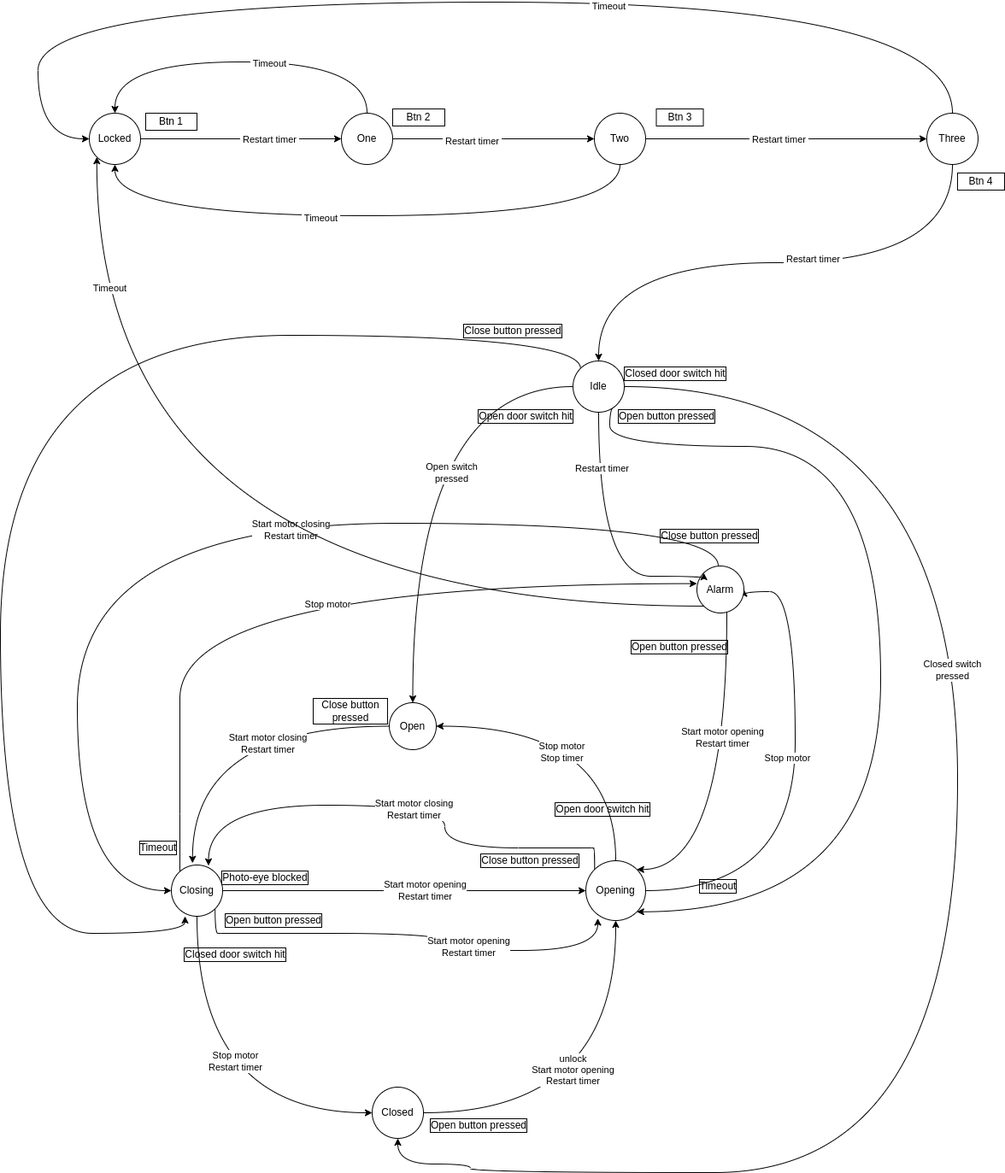
Before: AtmelStudio/Drafts/StateMachineGarageDoor/StateMachineGarageDoor/garageDoorStatemachine.drawio.png, a diagram exported from draw.io (xb0be/avr-programming). Source tidied: cells renumbered, new cells last; positions are measured from the earlier drawing's top-left corner, leaving out a move shared by most shapes.
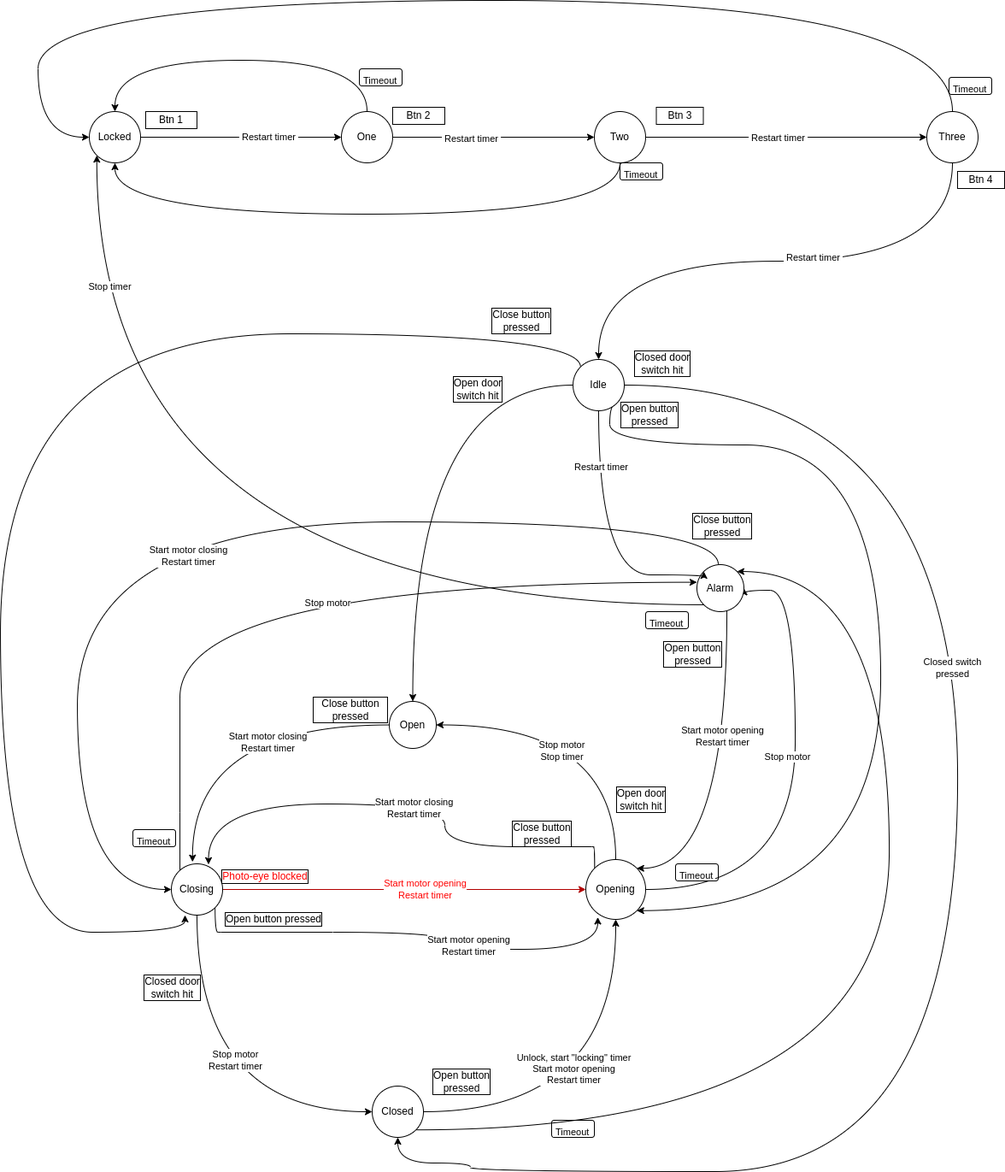
Later version of the same file.

Commit message:
Updated/fixed transitions. Formatting.

The edit, as a diff of the source:
```diff
@@ -34,10 +34,10 @@
         <mxPoint x="-45" y="-20" as="offset" />
       </mxGeometry>
     </mxCell>
-    <mxCell id="9" style="edgeStyle=orthogonalEdgeStyle;curved=1;rounded=0;jettySize=auto;html=1;entryX=0;entryY=0.5;entryDx=0;entryDy=0;" parent="1" edge="1" source="13" target="23">
+    <mxCell id="9" style="edgeStyle=orthogonalEdgeStyle;curved=1;rounded=0;jettySize=auto;html=1;entryX=0;entryY=0.5;entryDx=0;entryDy=0;fillColor=#e51400;strokeColor=#B20000;" parent="1" edge="1" source="13" target="23">
       <mxGeometry relative="1" as="geometry" />
     </mxCell>
-    <mxCell id="10" value="Start motor opening&lt;br&gt;Restart timer" style="edgeLabel;html=1;align=center;verticalAlign=middle;" parent="9" vertex="1">
+    <mxCell id="10" value="&lt;font color=&quot;#ff0000&quot;&gt;Start motor opening&lt;br&gt;Restart timer&lt;/font&gt;" style="edgeLabel;html=1;align=center;verticalAlign=middle;" parent="9" vertex="1">
       <mxGeometry x="-0.05" width="90" height="40" relative="1" as="geometry">
         <mxPoint x="-10" y="-20" as="offset" />
       </mxGeometry>
@@ -63,11 +63,19 @@
     <mxCell id="14" style="edgeStyle=orthogonalEdgeStyle;rounded=0;jettySize=auto;html=1;entryX=0.5;entryY=1;entryDx=0;entryDy=0;curved=1;" parent="1" edge="1" source="16" target="23">
       <mxGeometry relative="1" as="geometry" />
     </mxCell>
-    <mxCell id="15" value="unlock&lt;br&gt;Start motor opening&lt;br&gt;Restart timer" style="edgeLabel;html=1;align=center;verticalAlign=middle;" parent="14" vertex="1">
+    <mxCell id="15" value="Unlock, start &quot;locking&quot; timer&lt;br&gt;Start motor opening&lt;br&gt;Restart timer" style="edgeLabel;html=1;align=center;verticalAlign=middle;" parent="14" vertex="1">
       <mxGeometry x="-0.17" y="8" width="80" height="40" relative="1" as="geometry">
         <mxPoint x="-52" y="-62" as="offset" />
       </mxGeometry>
     </mxCell>
+    <mxCell id="78" style="edgeStyle=orthogonalEdgeStyle;rounded=0;jettySize=auto;html=1;exitX=1;exitY=1;exitDx=0;exitDy=0;entryX=1;entryY=0;entryDx=0;entryDy=0;fontColor=#FF0000;curved=1;" parent="1" edge="1" source="16" target="30">
+      <mxGeometry relative="1" as="geometry">
+        <Array as="points">
+          <mxPoint x="1040" y="1321" />
+          <mxPoint x="1040" y="668" />
+        </Array>
+      </mxGeometry>
+    </mxCell>
     <mxCell id="16" value="Closed" style="ellipse;whiteSpace=wrap;html=1;" parent="1" vertex="1">
       <mxGeometry x="435" y="1270" width="60" height="60" as="geometry" />
     </mxCell>
@@ -121,7 +129,7 @@
     </mxCell>
     <mxCell id="25" value="Start motor closing&lt;br&gt;Restart timer" style="edgeLabel;html=1;align=center;verticalAlign=middle;" parent="24" vertex="1">
       <mxGeometry x="-0.18" y="8" width="80" height="40" relative="1" as="geometry">
-        <mxPoint x="-40" y="-20" as="offset" />
+        <mxPoint x="-160" y="12" as="offset" />
       </mxGeometry>
     </mxCell>
     <mxCell id="26" style="edgeStyle=orthogonalEdgeStyle;rounded=0;jettySize=auto;html=1;entryX=1;entryY=0;entryDx=0;entryDy=0;curved=1;" parent="1" edge="1" source="30" target="23">
@@ -139,51 +147,45 @@
     <mxCell id="28" style="edgeStyle=orthogonalEdgeStyle;curved=1;rounded=0;jettySize=auto;html=1;exitX=0;exitY=1;exitDx=0;exitDy=0;entryX=0;entryY=1;entryDx=0;entryDy=0;" parent="1" edge="1" source="30" target="45">
       <mxGeometry relative="1" as="geometry" />
     </mxCell>
-    <mxCell id="29" value="Timeout" style="edgeLabel;html=1;align=center;verticalAlign=middle;" parent="28" vertex="1">
+    <mxCell id="29" value="Stop timer" style="edgeLabel;html=1;align=center;verticalAlign=middle;" parent="28" vertex="1">
       <mxGeometry x="0.75" y="-15" relative="1" as="geometry" />
     </mxCell>
     <mxCell id="30" value="Alarm" style="ellipse;whiteSpace=wrap;html=1;" parent="1" vertex="1">
       <mxGeometry x="815" y="660" width="55" height="55" as="geometry" />
     </mxCell>
-    <mxCell id="31" value="Open button pressed" style="text;html=1;strokeColor=none;fillColor=none;align=center;verticalAlign=middle;whiteSpace=wrap;rounded=0;labelBorderColor=default;" parent="1" vertex="1">
-      <mxGeometry x="490" y="1300" width="140" height="30" as="geometry" />
+    <mxCell id="31" value="Open button&lt;br&gt;pressed" style="text;html=1;strokeColor=none;fillColor=none;align=center;verticalAlign=middle;whiteSpace=wrap;rounded=0;labelBorderColor=default;" parent="1" vertex="1">
+      <mxGeometry x="490" y="1250" width="100" height="30" as="geometry" />
     </mxCell>
     <mxCell id="32" value="Close button pressed" style="text;html=1;strokeColor=none;fillColor=none;align=center;verticalAlign=middle;whiteSpace=wrap;rounded=0;labelBorderColor=default;" parent="1" vertex="1">
       <mxGeometry x="365" y="810" width="90" height="40" as="geometry" />
     </mxCell>
-    <mxCell id="33" value="Open door switch hit" style="text;html=1;strokeColor=none;fillColor=none;align=center;verticalAlign=middle;whiteSpace=wrap;rounded=0;labelBorderColor=default;" parent="1" vertex="1">
-      <mxGeometry x="640" y="930" width="130" height="30" as="geometry" />
+    <mxCell id="33" value="Open door&lt;br&gt;switch hit" style="text;html=1;strokeColor=none;fillColor=none;align=center;verticalAlign=middle;whiteSpace=wrap;rounded=0;labelBorderColor=default;" parent="1" vertex="1">
+      <mxGeometry x="715" y="920" width="70" height="30" as="geometry" />
     </mxCell>
-    <mxCell id="34" value="Closed door switch hit" style="text;html=1;strokeColor=none;fillColor=none;align=center;verticalAlign=middle;whiteSpace=wrap;rounded=0;labelBorderColor=default;" parent="1" vertex="1">
-      <mxGeometry x="205" y="1100" width="140" height="30" as="geometry" />
+    <mxCell id="34" value="Closed door&lt;br&gt;switch hit" style="text;html=1;strokeColor=none;fillColor=none;align=center;verticalAlign=middle;whiteSpace=wrap;rounded=0;labelBorderColor=default;" parent="1" vertex="1">
+      <mxGeometry x="164" y="1140" width="75" height="30" as="geometry" />
     </mxCell>
-    <mxCell id="35" value="Photo-eye blocked" style="text;html=1;strokeColor=none;fillColor=none;align=center;verticalAlign=middle;whiteSpace=wrap;rounded=0;labelBorderColor=default;" parent="1" vertex="1">
+    <mxCell id="35" value="&lt;font color=&quot;#ff0000&quot;&gt;Photo-eye blocked&lt;/font&gt;" style="text;html=1;strokeColor=none;fillColor=none;align=center;verticalAlign=middle;whiteSpace=wrap;rounded=0;labelBorderColor=default;" parent="1" vertex="1">
       <mxGeometry x="250" y="1010" width="120" height="30" as="geometry" />
     </mxCell>
-    <mxCell id="36" value="Timeout" style="text;html=1;strokeColor=none;fillColor=none;align=center;verticalAlign=middle;whiteSpace=wrap;rounded=0;labelBorderColor=default;" parent="1" vertex="1">
-      <mxGeometry x="150" y="975" width="70" height="30" as="geometry" />
-    </mxCell>
     <mxCell id="37" style="edgeStyle=orthogonalEdgeStyle;curved=1;rounded=0;orthogonalLoop=1;jettySize=auto;html=1;exitX=0.5;exitY=1;exitDx=0;exitDy=0;" parent="1" edge="1">
       <mxGeometry relative="1" as="geometry">
         <mxPoint x="777.5" y="1130" as="sourcePoint" />
         <mxPoint x="777.5" y="1130" as="targetPoint" />
       </mxGeometry>
     </mxCell>
-    <mxCell id="38" value="Close button pressed" style="text;html=1;strokeColor=none;fillColor=none;align=center;verticalAlign=middle;whiteSpace=wrap;rounded=0;labelBorderColor=default;" parent="1" vertex="1">
-      <mxGeometry x="760" y="610" width="140" height="30" as="geometry" />
+    <mxCell id="38" value="Close button&lt;br&gt;pressed" style="text;html=1;strokeColor=none;fillColor=none;align=center;verticalAlign=middle;whiteSpace=wrap;rounded=0;labelBorderColor=default;" parent="1" vertex="1">
+      <mxGeometry x="805" y="600" width="80" height="30" as="geometry" />
     </mxCell>
-    <mxCell id="39" value="Open button pressed" style="text;html=1;strokeColor=none;fillColor=none;align=center;verticalAlign=middle;whiteSpace=wrap;rounded=0;labelBorderColor=default;" parent="1" vertex="1">
-      <mxGeometry x="725" y="740" width="140" height="30" as="geometry" />
+    <mxCell id="39" value="Open button&lt;br&gt;pressed" style="text;html=1;strokeColor=none;fillColor=none;align=center;verticalAlign=middle;whiteSpace=wrap;rounded=0;labelBorderColor=default;" parent="1" vertex="1">
+      <mxGeometry x="767.5" y="750" width="85" height="30" as="geometry" />
     </mxCell>
-    <mxCell id="40" value="Close button pressed" style="text;html=1;strokeColor=none;fillColor=none;align=center;verticalAlign=middle;whiteSpace=wrap;rounded=0;labelBorderColor=default;" parent="1" vertex="1">
-      <mxGeometry x="550" y="990" width="140" height="30" as="geometry" />
+    <mxCell id="40" value="Close button&lt;br&gt;pressed" style="text;html=1;strokeColor=none;fillColor=none;align=center;verticalAlign=middle;whiteSpace=wrap;rounded=0;labelBorderColor=default;" parent="1" vertex="1">
+      <mxGeometry x="594" y="960" width="80" height="30" as="geometry" />
     </mxCell>
     <mxCell id="41" value="Open button pressed" style="text;html=1;strokeColor=none;fillColor=none;align=center;verticalAlign=middle;whiteSpace=wrap;rounded=0;labelBorderColor=default;" parent="1" vertex="1">
       <mxGeometry x="250" y="1060" width="140" height="30" as="geometry" />
     </mxCell>
-    <mxCell id="42" value="Timeout" style="text;html=1;strokeColor=none;fillColor=none;align=center;verticalAlign=middle;whiteSpace=wrap;rounded=0;labelBorderColor=default;" parent="1" vertex="1">
-      <mxGeometry x="805" y="1020" width="70" height="30" as="geometry" />
-    </mxCell>
     <mxCell id="43" style="edgeStyle=orthogonalEdgeStyle;rounded=0;jettySize=auto;html=1;entryX=0;entryY=0.5;entryDx=0;entryDy=0;" parent="1" edge="1" source="45" target="50">
       <mxGeometry relative="1" as="geometry" />
     </mxCell>
@@ -209,9 +211,6 @@
         </Array>
       </mxGeometry>
     </mxCell>
-    <mxCell id="49" value="&amp;nbsp;Timeout&amp;nbsp;" style="edgeLabel;html=1;align=center;verticalAlign=middle;" parent="48" vertex="1">
-      <mxGeometry x="-0.16" y="1" relative="1" as="geometry" />
-    </mxCell>
     <mxCell id="50" value="One" style="ellipse;whiteSpace=wrap;html=1;" parent="1" vertex="1">
       <mxGeometry x="399" y="130" width="60" height="60" as="geometry" />
     </mxCell>
@@ -226,9 +225,6 @@
         </Array>
       </mxGeometry>
     </mxCell>
-    <mxCell id="53" value="&amp;nbsp;Timeout&amp;nbsp;" style="edgeLabel;html=1;align=center;verticalAlign=middle;" parent="52" vertex="1">
-      <mxGeometry x="0.16" y="2" relative="1" as="geometry" />
-    </mxCell>
     <mxCell id="54" value="Two" style="ellipse;whiteSpace=wrap;html=1;" parent="1" vertex="1">
       <mxGeometry x="695" y="130" width="60" height="60" as="geometry" />
     </mxCell>
@@ -242,9 +238,6 @@
         </Array>
       </mxGeometry>
     </mxCell>
-    <mxCell id="56" value="&amp;nbsp;Timeout&amp;nbsp;" style="edgeLabel;html=1;align=center;verticalAlign=middle;" parent="55" vertex="1">
-      <mxGeometry x="-0.25" y="4" relative="1" as="geometry" />
-    </mxCell>
     <mxCell id="57" style="edgeStyle=orthogonalEdgeStyle;curved=1;rounded=0;jettySize=auto;html=1;entryX=0.5;entryY=0;entryDx=0;entryDy=0;exitX=0.5;exitY=1;exitDx=0;exitDy=0;" parent="1" edge="1" source="60" target="69">
       <mxGeometry relative="1" as="geometry" />
     </mxCell>
@@ -264,9 +257,6 @@
     <mxCell id="61" style="edgeStyle=orthogonalEdgeStyle;curved=1;rounded=0;jettySize=auto;html=1;entryX=0.5;entryY=0;entryDx=0;entryDy=0;" parent="1" edge="1" source="69" target="4">
       <mxGeometry relative="1" as="geometry" />
     </mxCell>
-    <mxCell id="62" value="Open switch&lt;br&gt;pressed" style="edgeLabel;html=1;align=center;verticalAlign=middle;" parent="61" vertex="1">
-      <mxGeometry x="0.03" y="45" relative="1" as="geometry" />
-    </mxCell>
     <mxCell id="63" style="edgeStyle=orthogonalEdgeStyle;curved=1;rounded=0;jettySize=auto;html=1;entryX=0.5;entryY=1;entryDx=0;entryDy=0;" parent="1" edge="1" source="69" target="16">
       <mxGeometry relative="1" as="geometry">
         <Array as="points">
@@ -313,17 +303,17 @@
     <mxCell id="69" value="Idle" style="ellipse;whiteSpace=wrap;html=1;" parent="1" vertex="1">
       <mxGeometry x="670" y="420" width="60" height="60" as="geometry" />
     </mxCell>
-    <mxCell id="70" value="Open door switch hit" style="text;html=1;strokeColor=none;fillColor=none;align=center;verticalAlign=middle;whiteSpace=wrap;rounded=0;labelBorderColor=default;" parent="1" vertex="1">
-      <mxGeometry x="550" y="470" width="130" height="30" as="geometry" />
+    <mxCell id="70" value="Open door&lt;br&gt;switch hit" style="text;html=1;strokeColor=none;fillColor=none;align=center;verticalAlign=middle;whiteSpace=wrap;rounded=0;labelBorderColor=default;" parent="1" vertex="1">
+      <mxGeometry x="524" y="440" width="70" height="30" as="geometry" />
     </mxCell>
-    <mxCell id="71" value="Closed door switch hit" style="text;html=1;strokeColor=none;fillColor=none;align=center;verticalAlign=middle;whiteSpace=wrap;rounded=0;labelBorderColor=default;" parent="1" vertex="1">
-      <mxGeometry x="720" y="420" width="140" height="30" as="geometry" />
+    <mxCell id="71" value="Closed door&lt;br&gt;switch hit" style="text;html=1;strokeColor=none;fillColor=none;align=center;verticalAlign=middle;whiteSpace=wrap;rounded=0;labelBorderColor=default;" parent="1" vertex="1">
+      <mxGeometry x="735" y="410" width="80" height="30" as="geometry" />
     </mxCell>
-    <mxCell id="72" value="Close button pressed" style="text;html=1;strokeColor=none;fillColor=none;align=center;verticalAlign=middle;whiteSpace=wrap;rounded=0;labelBorderColor=default;" parent="1" vertex="1">
-      <mxGeometry x="530" y="370" width="140" height="30" as="geometry" />
+    <mxCell id="72" value="Close button&lt;br&gt;pressed" style="text;html=1;strokeColor=none;fillColor=none;align=center;verticalAlign=middle;whiteSpace=wrap;rounded=0;labelBorderColor=default;" parent="1" vertex="1">
+      <mxGeometry x="570" y="360" width="80" height="30" as="geometry" />
     </mxCell>
-    <mxCell id="73" value="Open button pressed" style="text;html=1;strokeColor=none;fillColor=none;align=center;verticalAlign=middle;whiteSpace=wrap;rounded=0;labelBorderColor=default;" parent="1" vertex="1">
-      <mxGeometry x="710" y="470" width="140" height="30" as="geometry" />
+    <mxCell id="73" value="Open button&lt;br&gt;pressed" style="text;html=1;strokeColor=none;fillColor=none;align=center;verticalAlign=middle;whiteSpace=wrap;rounded=0;labelBorderColor=default;" parent="1" vertex="1">
+      <mxGeometry x="720" y="470" width="80" height="30" as="geometry" />
     </mxCell>
     <mxCell id="74" value="Btn 1" style="text;html=1;strokeColor=default;fillColor=none;align=center;verticalAlign=middle;whiteSpace=wrap;rounded=0;" parent="1" vertex="1">
       <mxGeometry x="170" y="130" width="60" height="20" as="geometry" />
@@ -337,5 +327,26 @@
     <mxCell id="77" value="Btn 4" style="text;html=1;strokeColor=default;fillColor=none;align=center;verticalAlign=middle;whiteSpace=wrap;rounded=0;" parent="1" vertex="1">
       <mxGeometry x="1120" y="200" width="55" height="20" as="geometry" />
     </mxCell>
+    <mxCell id="79" value="&lt;span style=&quot;color: rgb(0, 0, 0); font-family: Helvetica; font-size: 11px; font-style: normal; font-variant-ligatures: normal; font-variant-caps: normal; font-weight: 400; letter-spacing: normal; orphans: 2; text-align: center; text-indent: 0px; text-transform: none; widows: 2; word-spacing: 0px; -webkit-text-stroke-width: 0px; background-color: rgb(255, 255, 255); text-decoration-thickness: initial; text-decoration-style: initial; text-decoration-color: initial; float: none; display: inline !important;&quot;&gt;&amp;nbsp;Timeout&amp;nbsp;&lt;/span&gt;" style="text;whiteSpace=wrap;html=1;strokeColor=default;rounded=1;" parent="1" vertex="1">
+      <mxGeometry x="725" y="190" width="50" height="20" as="geometry" />
+    </mxCell>
+    <mxCell id="80" value="&lt;span style=&quot;color: rgb(0, 0, 0); font-family: Helvetica; font-size: 11px; font-style: normal; font-variant-ligatures: normal; font-variant-caps: normal; font-weight: 400; letter-spacing: normal; orphans: 2; text-align: center; text-indent: 0px; text-transform: none; widows: 2; word-spacing: 0px; -webkit-text-stroke-width: 0px; background-color: rgb(255, 255, 255); text-decoration-thickness: initial; text-decoration-style: initial; text-decoration-color: initial; float: none; display: inline !important;&quot;&gt;&amp;nbsp;Timeout&amp;nbsp;&lt;/span&gt;" style="text;whiteSpace=wrap;html=1;strokeColor=default;rounded=1;shadow=0;sketch=0;glass=0;" parent="1" vertex="1">
+      <mxGeometry x="420" y="80" width="50" height="20" as="geometry" />
+    </mxCell>
+    <mxCell id="81" value="&lt;span style=&quot;color: rgb(0, 0, 0); font-family: Helvetica; font-size: 11px; font-style: normal; font-variant-ligatures: normal; font-variant-caps: normal; font-weight: 400; letter-spacing: normal; orphans: 2; text-align: center; text-indent: 0px; text-transform: none; widows: 2; word-spacing: 0px; -webkit-text-stroke-width: 0px; background-color: rgb(255, 255, 255); text-decoration-thickness: initial; text-decoration-style: initial; text-decoration-color: initial; float: none; display: inline !important;&quot;&gt;&amp;nbsp;Timeout&amp;nbsp;&lt;/span&gt;" style="text;whiteSpace=wrap;html=1;strokeColor=default;rounded=1;" parent="1" vertex="1">
+      <mxGeometry x="1110" y="90" width="50" height="20" as="geometry" />
+    </mxCell>
+    <mxCell id="82" value="&lt;span style=&quot;color: rgb(0, 0, 0); font-family: Helvetica; font-size: 11px; font-style: normal; font-variant-ligatures: normal; font-variant-caps: normal; font-weight: 400; letter-spacing: normal; orphans: 2; text-align: center; text-indent: 0px; text-transform: none; widows: 2; word-spacing: 0px; -webkit-text-stroke-width: 0px; background-color: rgb(255, 255, 255); text-decoration-thickness: initial; text-decoration-style: initial; text-decoration-color: initial; float: none; display: inline !important;&quot;&gt;&amp;nbsp;Timeout&amp;nbsp;&lt;/span&gt;" style="text;whiteSpace=wrap;html=1;strokeColor=default;rounded=1;" parent="1" vertex="1">
+      <mxGeometry x="755" y="715" width="50" height="20" as="geometry" />
+    </mxCell>
+    <mxCell id="83" value="&lt;span style=&quot;color: rgb(0, 0, 0); font-family: Helvetica; font-size: 11px; font-style: normal; font-variant-ligatures: normal; font-variant-caps: normal; font-weight: 400; letter-spacing: normal; orphans: 2; text-align: center; text-indent: 0px; text-transform: none; widows: 2; word-spacing: 0px; -webkit-text-stroke-width: 0px; background-color: rgb(255, 255, 255); text-decoration-thickness: initial; text-decoration-style: initial; text-decoration-color: initial; float: none; display: inline !important;&quot;&gt;&amp;nbsp;Timeout&amp;nbsp;&lt;/span&gt;" style="text;whiteSpace=wrap;html=1;strokeColor=default;rounded=1;" parent="1" vertex="1">
+      <mxGeometry x="790" y="1010" width="50" height="20" as="geometry" />
+    </mxCell>
+    <mxCell id="84" value="&lt;span style=&quot;color: rgb(0, 0, 0); font-family: Helvetica; font-size: 11px; font-style: normal; font-variant-ligatures: normal; font-variant-caps: normal; font-weight: 400; letter-spacing: normal; orphans: 2; text-align: center; text-indent: 0px; text-transform: none; widows: 2; word-spacing: 0px; -webkit-text-stroke-width: 0px; background-color: rgb(255, 255, 255); text-decoration-thickness: initial; text-decoration-style: initial; text-decoration-color: initial; float: none; display: inline !important;&quot;&gt;&amp;nbsp;Timeout&amp;nbsp;&lt;/span&gt;" style="text;whiteSpace=wrap;html=1;strokeColor=default;rounded=1;" parent="1" vertex="1">
+      <mxGeometry x="155" y="970" width="50" height="20" as="geometry" />
+    </mxCell>
+    <mxCell id="85" value="&lt;span style=&quot;color: rgb(0, 0, 0); font-family: Helvetica; font-size: 11px; font-style: normal; font-variant-ligatures: normal; font-variant-caps: normal; font-weight: 400; letter-spacing: normal; orphans: 2; text-align: center; text-indent: 0px; text-transform: none; widows: 2; word-spacing: 0px; -webkit-text-stroke-width: 0px; background-color: rgb(255, 255, 255); text-decoration-thickness: initial; text-decoration-style: initial; text-decoration-color: initial; float: none; display: inline !important;&quot;&gt;&amp;nbsp;Timeout&amp;nbsp;&lt;/span&gt;" style="text;whiteSpace=wrap;html=1;strokeColor=default;rounded=1;" parent="1" vertex="1">
+      <mxGeometry x="645" y="1310" width="50" height="20" as="geometry" />
+    </mxCell>
   </root>
 </mxGraphModel>
```
